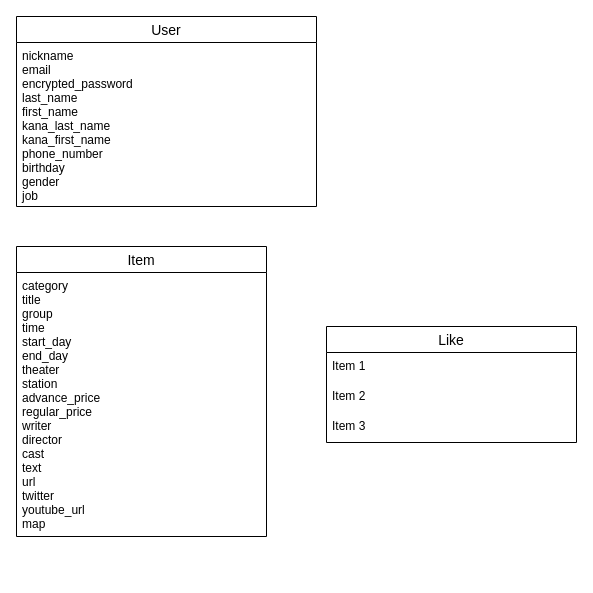
The draw.io diagram ER.dio in zuca2682/comestage, before the edit. Source tidied: cells renumbered, new cells numbered last; positions are measured from the earlier drawing's top-left corner, leaving out a move shared by most shapes. Both pictures are drawn from the tidied source at 100%, with x=0, y=0 at pixel (16, 16).
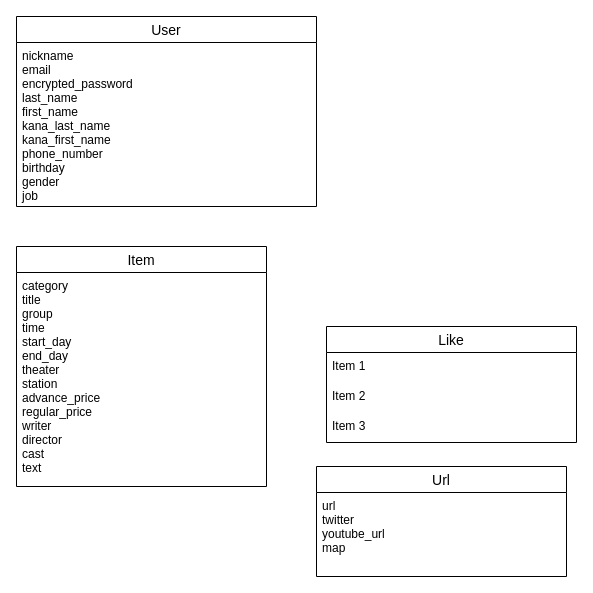
Above is the later version.

Change to the diagram source:
```diff
@@
 <mxGraphModel>
   <root>
     <mxCell id="0" />
     <mxCell id="1" parent="0" />
     <mxCell id="2" value="User" style="swimlane;fontStyle=0;horizontal=1;startSize=26;align=center;fontSize=14;" parent="1" vertex="1">
       <mxGeometry width="300" height="190" as="geometry" />
     </mxCell>
     <mxCell id="3" value="nickname&#10;email&#10;encrypted_password&#10;last_name&#10;first_name&#10;kana_last_name&#10;kana_first_name&#10;phone_number&#10;birthday&#10;gender&#10;job" style="text;strokeColor=none;fillColor=none;spacingLeft=4;spacingRight=4;overflow=hidden;fontSize=12;" parent="2" vertex="1">
       <mxGeometry y="26" width="300" height="164" as="geometry" />
     </mxCell>
     <mxCell id="4" value="Item" style="swimlane;fontStyle=0;horizontal=1;startSize=26;align=center;fontSize=14;" parent="1" vertex="1">
-      <mxGeometry y="230" width="250" height="290" as="geometry" />
+      <mxGeometry y="230" width="250" height="240" as="geometry" />
     </mxCell>
-    <mxCell id="5" value="category&#10;title&#10;group&#10;time&#10;start_day&#10;end_day&#10;theater&#10;station&#10;advance_price&#10;regular_price&#10;writer&#10;director&#10;cast&#10;text&#10;url&#10;twitter&#10;youtube_url&#10;map" style="text;strokeColor=none;fillColor=none;spacingLeft=4;spacingRight=4;overflow=hidden;fontSize=12;" parent="4" vertex="1">
-      <mxGeometry y="26" width="250" height="264" as="geometry" />
+    <mxCell id="5" value="category&#10;title&#10;group&#10;time&#10;start_day&#10;end_day&#10;theater&#10;station&#10;advance_price&#10;regular_price&#10;writer&#10;director&#10;cast&#10;text&#10;" style="text;strokeColor=none;fillColor=none;spacingLeft=4;spacingRight=4;overflow=hidden;fontSize=12;" parent="4" vertex="1">
+      <mxGeometry y="26" width="250" height="214" as="geometry" />
     </mxCell>
     <mxCell id="6" value="Like" style="swimlane;fontStyle=0;horizontal=1;startSize=26;align=center;fontSize=14;" parent="1" vertex="1">
       <mxGeometry x="310" y="310" width="250" height="116" as="geometry" />
     </mxCell>
     <mxCell id="7" value="Item 1" style="text;strokeColor=none;fillColor=none;spacingLeft=4;spacingRight=4;overflow=hidden;fontSize=12;" parent="6" vertex="1">
       <mxGeometry y="26" width="250" height="30" as="geometry" />
     </mxCell>
     <mxCell id="8" value="Item 2" style="text;strokeColor=none;fillColor=none;spacingLeft=4;spacingRight=4;overflow=hidden;fontSize=12;" parent="6" vertex="1">
       <mxGeometry y="56" width="250" height="30" as="geometry" />
     </mxCell>
     <mxCell id="9" value="Item 3" style="text;strokeColor=none;fillColor=none;spacingLeft=4;spacingRight=4;overflow=hidden;fontSize=12;" parent="6" vertex="1">
       <mxGeometry y="86" width="250" height="30" as="geometry" />
     </mxCell>
+    <mxCell id="10" value="Url" style="swimlane;fontStyle=0;horizontal=1;startSize=26;align=center;fontSize=14;" parent="1" vertex="1">
+      <mxGeometry x="300" y="450" width="250" height="110" as="geometry" />
+    </mxCell>
+    <mxCell id="11" value="url&#10;twitter&#10;youtube_url&#10;map" style="text;strokeColor=none;fillColor=none;spacingLeft=4;spacingRight=4;overflow=hidden;fontSize=12;" parent="10" vertex="1">
+      <mxGeometry y="26" width="250" height="84" as="geometry" />
+    </mxCell>
   </root>
 </mxGraphModel>
```
